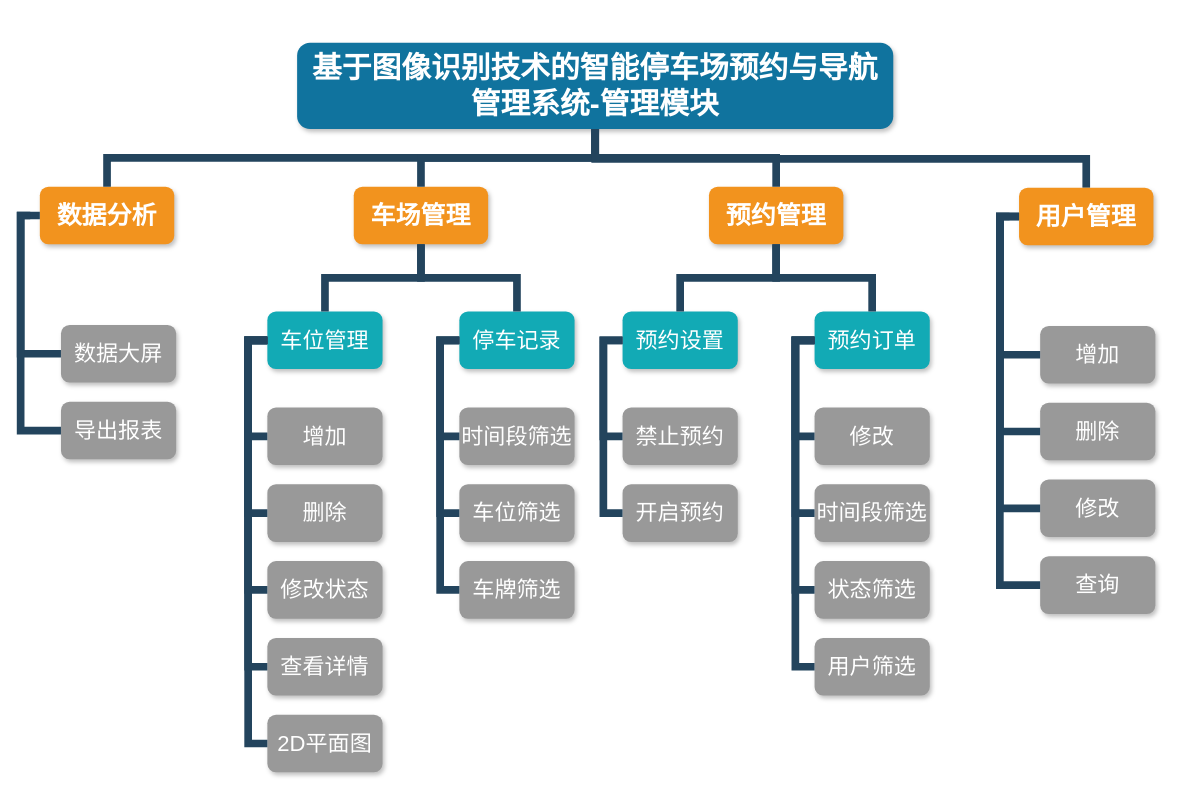
Ringo-linqin/drawio keeps this draw.io diagram as parkingLot/功能模块.drawio. Above is the earlier version. Source tidied: cells renumbered, new cells numbered last; positions are measured from the earlier drawing's top-left corner, leaving out a move shared by most shapes. Both pictures are drawn from the tidied source at 96%, with x=0, y=0 at pixel (20, 42).
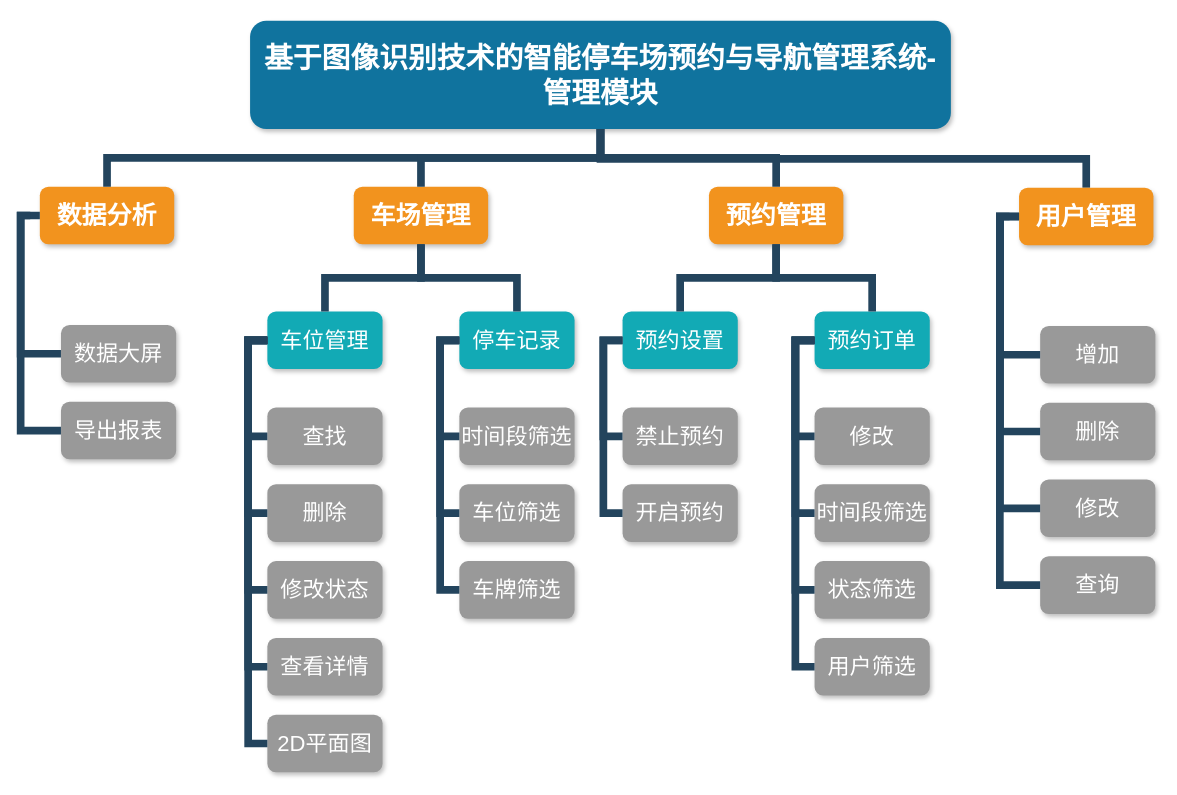
Above is the later version.

Commit message:
更新功能模块.drawio

The edit, as a diff of the source:
```diff
@@
-    <mxCell id="2" value="基于图像识别技术的智能停车场预约与导航管理系统-管理模块" style="whiteSpace=wrap;rounded=1;shadow=1;fillColor=#10739E;strokeColor=none;fontColor=#FFFFFF;fontStyle=1;fontSize=31;" parent="1" vertex="1">
-      <mxGeometry x="288" width="621" height="90" as="geometry" />
+    <mxCell id="2" value="基于图像识别技术的智能停车场预约与导航管理系统-管理模块" style="whiteSpace=wrap;rounded=1;shadow=1;fillColor=#10739E;strokeColor=none;fontColor=#FFFFFF;fontStyle=1;fontSize=30;" parent="1" vertex="1">
+      <mxGeometry x="239" y="-23" width="730" height="113" as="geometry" />
     </mxCell>
@@
-    <mxCell id="12" value="增加" style="whiteSpace=wrap;rounded=1;fillColor=#999999;strokeColor=none;shadow=1;fontColor=#FFFFFF;fontStyle=0;fontSize=23;" parent="1" vertex="1">
+    <mxCell id="12" value="查找" style="whiteSpace=wrap;rounded=1;fillColor=#999999;strokeColor=none;shadow=1;fontColor=#FFFFFF;fontStyle=0;fontSize=23;" parent="1" vertex="1">
       <mxGeometry x="257" y="380" width="120" height="60" as="geometry" />
     </mxCell>
```
